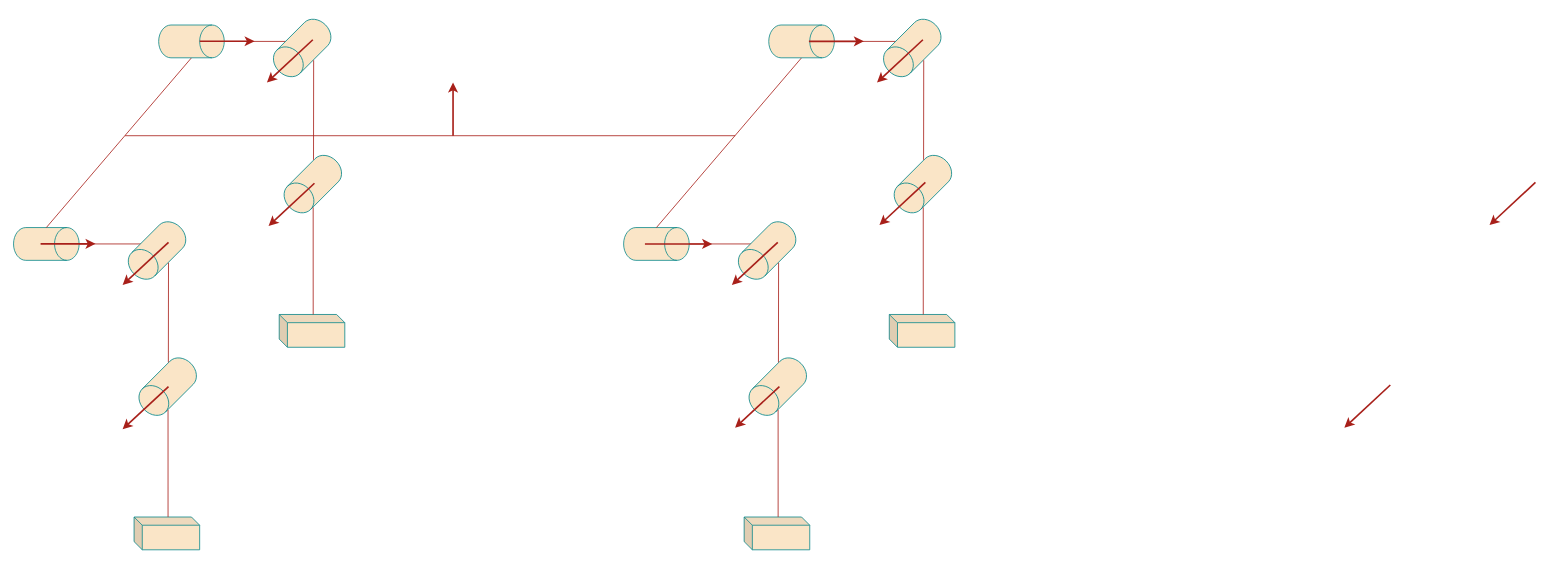
Earlier version of the draw.io diagram kinematics/inverse_kinematics/Untitled Diagram.drawio (vinhpham12/Quadruped_Robot). Source tidied: cells renumbered, new cells numbered last; positions are measured from the earlier drawing's top-left corner, leaving out a move shared by most shapes. Both pictures are drawn from the tidied source at 82%, with x=0, y=0 at pixel (13, 15).
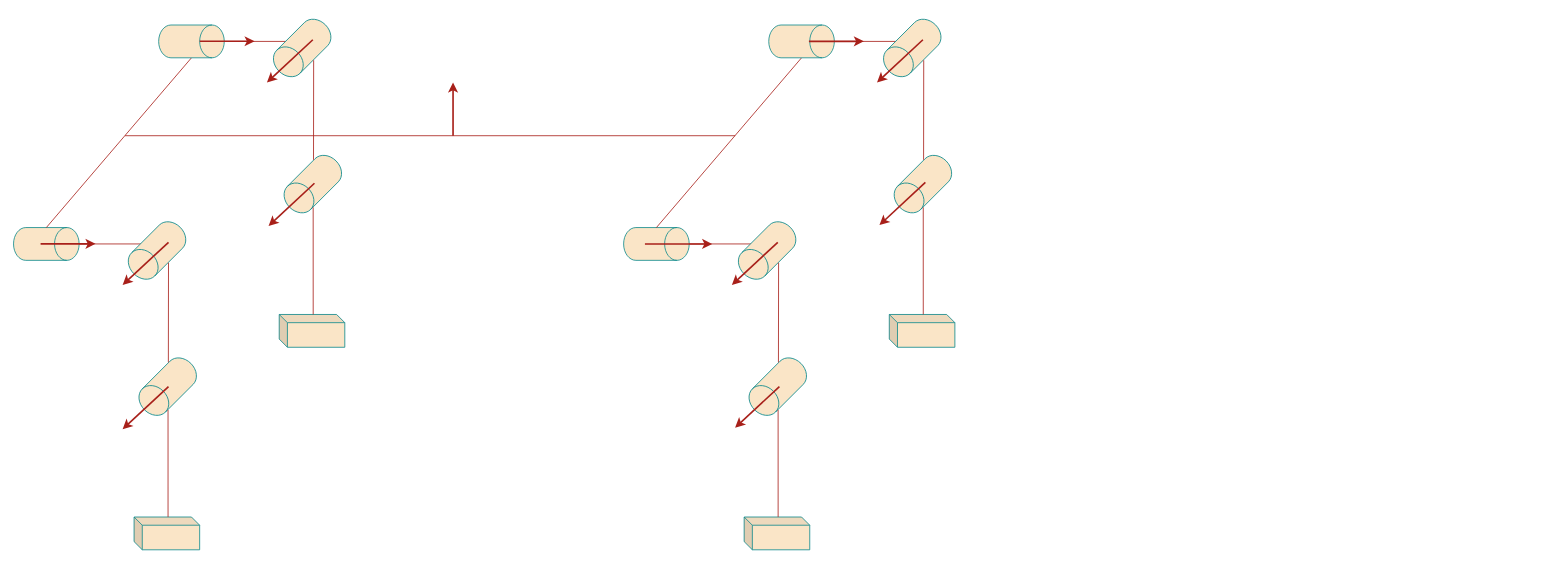
The same page after the edit.

What changed in the source:
```diff
@@
-    <mxCell id="44" style="endArrow=classic;html=1;rounded=0;strokeWidth=2;fillColor=#FAE5C7;strokeColor=#A8201A;labelBackgroundColor=none;fontColor=default;" parent="1" edge="1">
-      <mxGeometry relative="1" as="geometry">
-        <mxPoint x="1856" y="204" as="sourcePoint" />
-        <mxPoint x="1800" y="256" as="targetPoint" />
-      </mxGeometry>
-    </mxCell>
-    <mxCell id="45" style="endArrow=classic;html=1;rounded=0;strokeWidth=2;fillColor=#FAE5C7;strokeColor=#A8201A;labelBackgroundColor=none;fontColor=default;" parent="1" edge="1">
-      <mxGeometry relative="1" as="geometry">
-        <mxPoint x="1679" y="451" as="sourcePoint" />
-        <mxPoint x="1623" y="503" as="targetPoint" />
-      </mxGeometry>
-    </mxCell>
```
